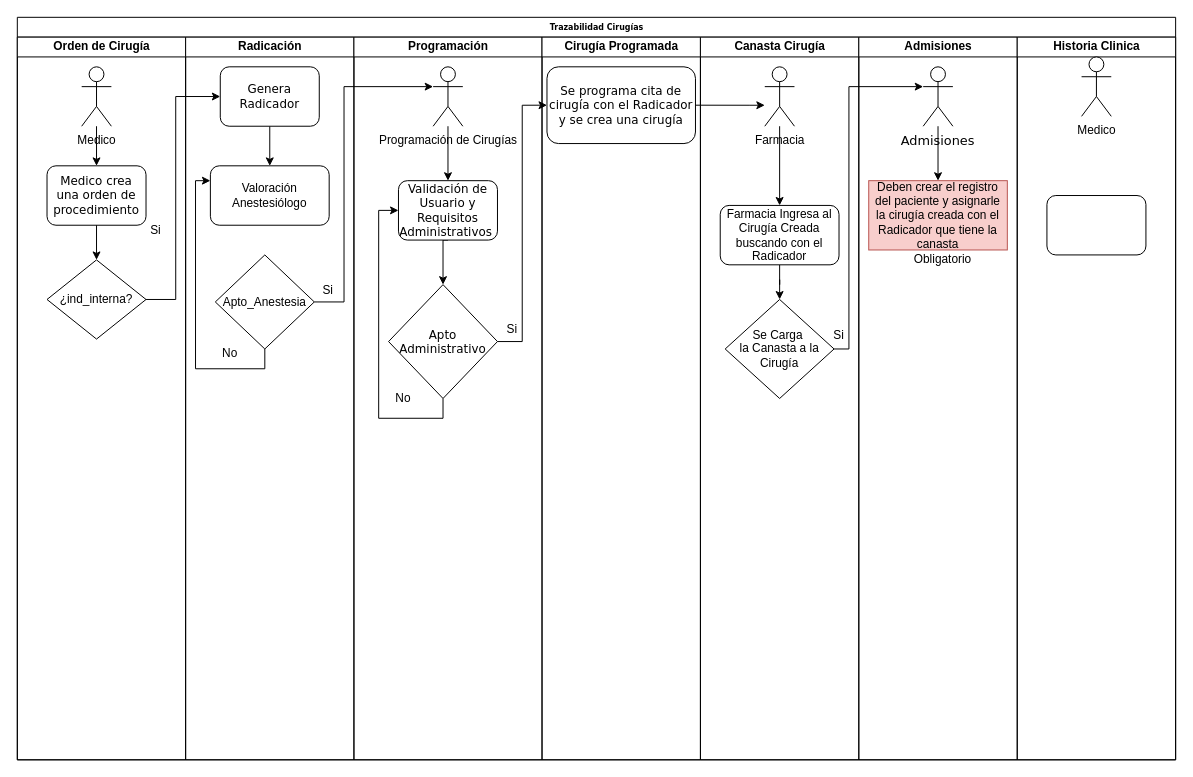
cinhosoft/Diagramas-Publicos keeps this draw.io diagram as Diagrama sin título.drawio. Above is the earlier version. Source tidied: cells renumbered, new cells numbered last; positions are measured from the earlier drawing's top-left corner, leaving out a move shared by most shapes. Both pictures are drawn from the tidied source at 99%, with x=0, y=0 at pixel (17, 17).
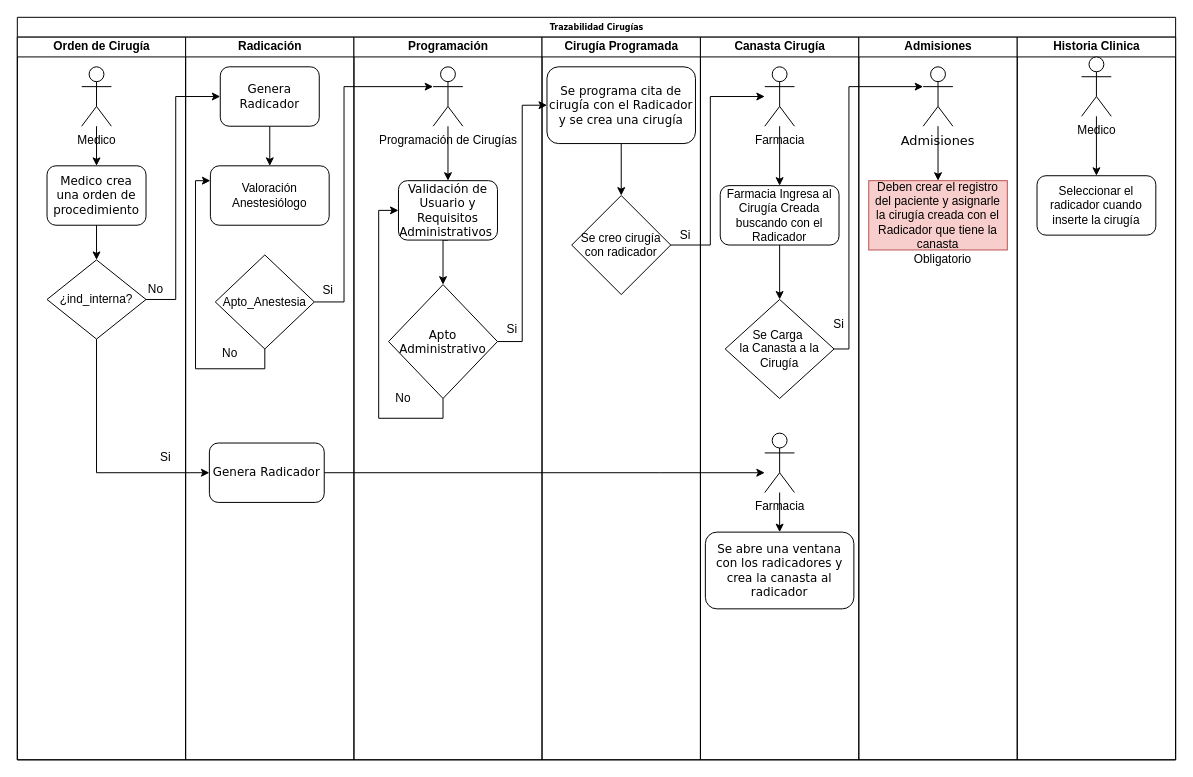
The same page after the edit.

The change refers to these unchanged cells:
```xml
<mxCell id="2" value="Trazabilidad Cirugías" style="swimlane;html=1;startSize=20;rounded=0;shadow=0;labelBackgroundColor=none;strokeWidth=1;fontFamily=Verdana;fontSize=8;align=center;" parent="1" vertex="1">
  <mxGeometry width="1170" height="750" as="geometry" />
</mxCell>
<mxCell id="3" value="Orden de Cirugía" style="swimlane;html=1;startSize=20;" parent="2" vertex="1">
  <mxGeometry y="20" width="170" height="730" as="geometry" />
</mxCell>
<mxCell id="8" value="Radicación" style="swimlane;html=1;startSize=20;" parent="2" vertex="1">
  <mxGeometry x="170" y="20" width="170" height="730" as="geometry" />
</mxCell>
<mxCell id="9" value="¿ind_interna?" style="rhombus;whiteSpace=wrap;html=1;" parent="8" vertex="1">
  <mxGeometry x="-140" y="225" width="100" height="80" as="geometry" />
</mxCell>
<mxCell id="22" value="&lt;font style=&quot;font-size: 12px;&quot;&gt;Apto&lt;/font&gt;&lt;div&gt;&lt;font style=&quot;font-size: 12px;&quot;&gt;Administrativo&lt;/font&gt;&lt;/div&gt;" style="rhombus;whiteSpace=wrap;html=1;rounded=0;shadow=0;labelBackgroundColor=none;strokeWidth=1;fontFamily=Verdana;fontSize=8;align=center;" parent="18" vertex="1">
  <mxGeometry x="35" y="250" width="110" height="115" as="geometry" />
</mxCell>
<mxCell id="27" value="Cirugía Programada" style="swimlane;html=1;startSize=20;" parent="2" vertex="1">
  <mxGeometry x="530" y="20" width="160" height="730" as="geometry" />
</mxCell>
<mxCell id="28" value="&lt;font style=&quot;font-size: 12px;&quot;&gt;Se programa cita de cirugía con el Radicador y se crea una cirugía&lt;/font&gt;" style="rounded=1;whiteSpace=wrap;html=1;shadow=0;labelBackgroundColor=none;strokeWidth=1;fontFamily=Verdana;fontSize=8;align=center;" parent="27" vertex="1">
  <mxGeometry x="5" y="30" width="150" height="77.5" as="geometry" />
</mxCell>
<mxCell id="29" value="Canasta Cirugía" style="swimlane;html=1;startSize=20;" parent="2" vertex="1">
  <mxGeometry x="690" y="20" width="160" height="730" as="geometry" />
</mxCell>
<mxCell id="33" value="Farmacia" style="shape=umlActor;verticalLabelPosition=bottom;verticalAlign=top;html=1;outlineConnect=0;" parent="29" vertex="1">
  <mxGeometry x="65" y="30" width="30" height="60" as="geometry" />
</mxCell>
<mxCell id="42" value="Historia Clinica" style="swimlane;html=1;startSize=20;" parent="2" vertex="1">
  <mxGeometry x="1010" y="20" width="160" height="730" as="geometry" />
</mxCell>
<mxCell id="44" value="Medico" style="shape=umlActor;verticalLabelPosition=bottom;verticalAlign=top;html=1;outlineConnect=0;" parent="42" vertex="1">
  <mxGeometry x="65" y="20" width="30" height="60" as="geometry" />
</mxCell>
```

Change to the diagram source:
```diff
@@
-    <mxCell id="4" value="Si" style="text;html=1;align=center;verticalAlign=middle;whiteSpace=wrap;rounded=0;" parent="3" vertex="1">
-      <mxGeometry x="110" y="180" width="60" height="30" as="geometry" />
+    <mxCell id="4" value="No" style="text;html=1;align=center;verticalAlign=middle;whiteSpace=wrap;rounded=0;" parent="3" vertex="1">
+      <mxGeometry x="110" y="240" width="60" height="30" as="geometry" />
     </mxCell>
@@
+    <mxCell id="49" value="Si" style="text;html=1;align=center;verticalAlign=middle;whiteSpace=wrap;rounded=0;" parent="3" vertex="1">
+      <mxGeometry x="130" y="410" width="40" height="30" as="geometry" />
+    </mxCell>
@@
+    <mxCell id="50" style="edgeStyle=orthogonalEdgeStyle;rounded=0;jettySize=auto;html=1;exitX=0.5;exitY=1;exitDx=0;exitDy=0;entryX=0;entryY=0.5;entryDx=0;entryDy=0;" parent="8" edge="1" source="9" target="51">
+      <mxGeometry relative="1" as="geometry" />
+    </mxCell>
@@
+    <mxCell id="51" value="&lt;font style=&quot;font-size: 12px;&quot;&gt;Genera Radicador&lt;/font&gt;" style="rounded=1;whiteSpace=wrap;html=1;shadow=0;labelBackgroundColor=none;strokeWidth=1;fontFamily=Verdana;fontSize=8;align=center;" parent="8" vertex="1">
+      <mxGeometry x="24" y="410" width="116" height="60" as="geometry" />
+    </mxCell>
@@
+    <mxCell id="52" style="edgeStyle=orthogonalEdgeStyle;rounded=0;jettySize=auto;html=1;exitX=0.5;exitY=1;exitDx=0;exitDy=0;" parent="27" edge="1" source="28" target="53">
+      <mxGeometry relative="1" as="geometry" />
+    </mxCell>
@@
+    <mxCell id="53" value="Se creo cirugía con radicador" style="rhombus;whiteSpace=wrap;html=1;" parent="27" vertex="1">
+      <mxGeometry x="30" y="160" width="100" height="100" as="geometry" />
+    </mxCell>
+    <mxCell id="54" value="Si" style="text;html=1;align=center;verticalAlign=middle;whiteSpace=wrap;rounded=0;" parent="27" vertex="1">
+      <mxGeometry x="130" y="190" width="30" height="20" as="geometry" />
+    </mxCell>
+    <mxCell id="36" style="edgeStyle=orthogonalEdgeStyle;rounded=0;jettySize=auto;html=1;exitX=1;exitY=0.5;exitDx=0;exitDy=0;entryX=0;entryY=0.5;entryDx=0;entryDy=0;" parent="2" edge="1" source="22" target="28">
+      <mxGeometry relative="1" as="geometry" />
+    </mxCell>
@@
     <mxCell id="31" value="Farmacia Ingresa al Cirugía Creada buscando con el Radicador" style="rounded=1;whiteSpace=wrap;html=1;" parent="29" vertex="1">
-      <mxGeometry x="20" y="170" width="120" height="60" as="geometry" />
+      <mxGeometry x="20" y="150" width="120" height="60" as="geometry" />
     </mxCell>
@@
     <mxCell id="35" value="Si" style="text;html=1;align=center;verticalAlign=middle;whiteSpace=wrap;rounded=0;" parent="29" vertex="1">
-      <mxGeometry x="125" y="291" width="30" height="20" as="geometry" />
+      <mxGeometry x="125" y="280" width="30" height="20" as="geometry" />
     </mxCell>
-    <mxCell id="36" style="edgeStyle=orthogonalEdgeStyle;rounded=0;jettySize=auto;html=1;exitX=1;exitY=0.5;exitDx=0;exitDy=0;entryX=0;entryY=0.5;entryDx=0;entryDy=0;" parent="2" edge="1" source="22" target="28">
-      <mxGeometry relative="1" as="geometry" />
-    </mxCell>
+    <mxCell id="55" style="edgeStyle=orthogonalEdgeStyle;rounded=0;jettySize=auto;html=1;" parent="29" edge="1" source="56" target="57">
+      <mxGeometry relative="1" as="geometry" />
+    </mxCell>
+    <mxCell id="56" value="Farmacia" style="shape=umlActor;verticalLabelPosition=bottom;verticalAlign=top;html=1;outlineConnect=0;" parent="29" vertex="1">
+      <mxGeometry x="65" y="400" width="30" height="60" as="geometry" />
+    </mxCell>
+    <mxCell id="57" value="&lt;span style=&quot;font-size: 12px;&quot;&gt;Se abre una ventana con los radicadores y crea la canasta al radicador&lt;/span&gt;" style="rounded=1;whiteSpace=wrap;html=1;shadow=0;labelBackgroundColor=none;strokeWidth=1;fontFamily=Verdana;fontSize=8;align=center;" parent="29" vertex="1">
+      <mxGeometry x="5" y="500" width="150" height="77.5" as="geometry" />
+    </mxCell>
@@
-    <mxCell id="43" style="rounded=1;whiteSpace=wrap;html=1;shadow=0;labelBackgroundColor=none;strokeWidth=1;fontFamily=Verdana;fontSize=8;align=center;" parent="42" vertex="1">
-      <mxGeometry x="30" y="160" width="100" height="60" as="geometry" />
-    </mxCell>
+    <mxCell id="58" style="edgeStyle=orthogonalEdgeStyle;rounded=0;jettySize=auto;html=1;entryX=0.5;entryY=0;entryDx=0;entryDy=0;" parent="42" edge="1" source="44" target="59">
+      <mxGeometry relative="1" as="geometry" />
+    </mxCell>
@@
+    <mxCell id="59" value="Seleccionar el radicador cuando inserte la cirugía" style="rounded=1;whiteSpace=wrap;html=1;" parent="42" vertex="1">
+      <mxGeometry x="20" y="140" width="120" height="60" as="geometry" />
+    </mxCell>
@@
-    <mxCell id="46" style="edgeStyle=orthogonalEdgeStyle;rounded=0;jettySize=auto;html=1;exitX=1;exitY=0.5;exitDx=0;exitDy=0;" parent="2" edge="1" source="28" target="33">
-      <mxGeometry relative="1" as="geometry">
-        <Array as="points">
-          <mxPoint x="740" y="89" />
-          <mxPoint x="740" y="89" />
-        </Array>
-      </mxGeometry>
-    </mxCell>
@@
+    <mxCell id="60" style="edgeStyle=orthogonalEdgeStyle;rounded=0;jettySize=auto;html=1;exitX=1;exitY=0.5;exitDx=0;exitDy=0;" parent="2" edge="1" source="53" target="33">
+      <mxGeometry relative="1" as="geometry">
+        <Array as="points">
+          <mxPoint x="700" y="230" />
+          <mxPoint x="700" y="80" />
+        </Array>
+      </mxGeometry>
+    </mxCell>
@@
+    <mxCell id="61" style="edgeStyle=orthogonalEdgeStyle;rounded=0;jettySize=auto;html=1;exitX=1;exitY=0.5;exitDx=0;exitDy=0;" parent="2" edge="1" source="51" target="56">
+      <mxGeometry relative="1" as="geometry">
+        <Array as="points">
+          <mxPoint x="650" y="460" />
+          <mxPoint x="650" y="460" />
+        </Array>
+      </mxGeometry>
+    </mxCell>
```
